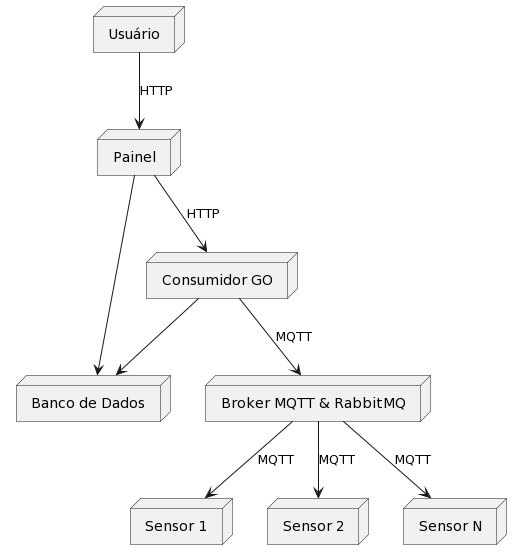
Inteli-College/2024-T0002-EC09-G03 keeps this PlantUML diagram as docs/static/img/uml-implantacao.png. Above is the earlier version. The source it was exported from:
```plantuml
@startuml
node "Usuário" as User

node "Painel" as Panel
node "Banco de Dados" as Database
node "Consumidor GO" as GOConsumer
node "Broker MQTT & RabbitMQ" as MQTTBroker
node "Sensor 1" as Sensor1
node "Sensor 2" as Sensor2
node "Sensor N" as SensorN

User --> Panel : HTTP
Panel --> Database
Panel --> GOConsumer : HTTP
GOConsumer --> Database
GOConsumer --> MQTTBroker : MQTT
MQTTBroker --> Sensor1 : MQTT
MQTTBroker --> Sensor2 : MQTT
MQTTBroker --> SensorN : MQTT
@enduml
```
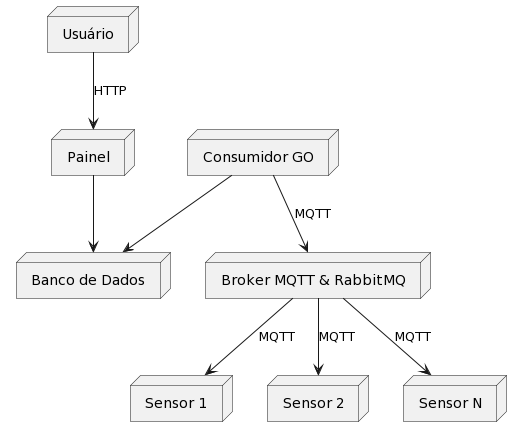
Later version of the same file.

Commit message:
docs: UML complex events added

What changed in the source:
```diff
@@ -11,7 +11,6 @@
 
 User --> Panel : HTTP
 Panel --> Database
-Panel --> GOConsumer : HTTP
 GOConsumer --> Database
 GOConsumer --> MQTTBroker : MQTT
 MQTTBroker --> Sensor1 : MQTT
```
